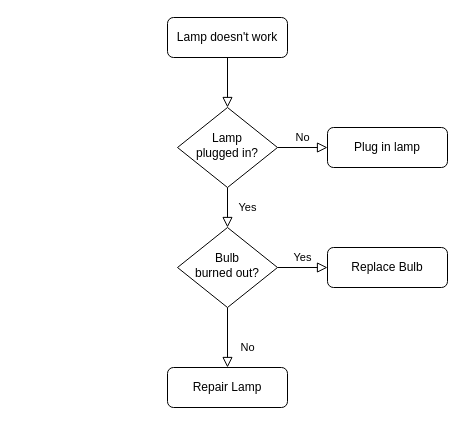
The draw.io diagram guess_the_number.drawio in johangenis/100-days-of-python, before the edit. Source tidied: cells renumbered, new cells numbered last; positions are measured from the earlier drawing's top-left corner, leaving out a move shared by most shapes. Both pictures are drawn from the tidied source at 100%, with x=0, y=0 at pixel (167, 17).
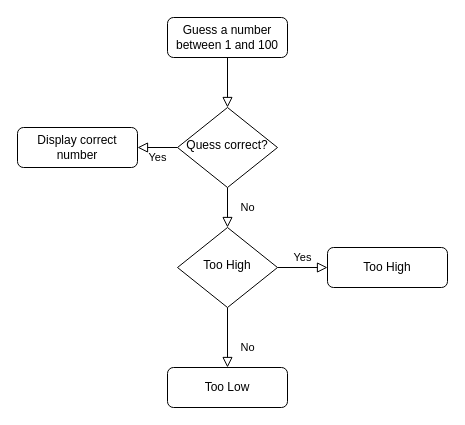
The same diagram, later.

What changed in the source:
```diff
@@
 <mxGraphModel>
   <root>
     <mxCell id="0" />
     <mxCell id="1" parent="0" />
     <mxCell id="2" style="rounded=0;html=1;jettySize=auto;fontSize=11;endArrow=block;endFill=0;endSize=8;strokeWidth=1;shadow=0;labelBackgroundColor=none;edgeStyle=orthogonalEdgeStyle;" parent="1" edge="1" source="3" target="6">
       <mxGeometry relative="1" as="geometry" />
     </mxCell>
-    <mxCell id="3" value="Lamp doesn't work" style="rounded=1;whiteSpace=wrap;html=1;fontSize=12;glass=0;strokeWidth=1;shadow=0;" parent="1" vertex="1">
+    <mxCell id="3" value="Guess a number between 1 and 100" style="rounded=1;whiteSpace=wrap;html=1;fontSize=12;glass=0;strokeWidth=1;shadow=0;" parent="1" vertex="1">
       <mxGeometry width="120" height="40" as="geometry" />
     </mxCell>
-    <mxCell id="4" value="Yes" style="rounded=0;html=1;jettySize=auto;fontSize=11;endArrow=block;endFill=0;endSize=8;strokeWidth=1;shadow=0;labelBackgroundColor=none;edgeStyle=orthogonalEdgeStyle;" parent="1" edge="1" source="6" target="10">
+    <mxCell id="4" value="No" style="rounded=0;html=1;jettySize=auto;fontSize=11;endArrow=block;endFill=0;endSize=8;strokeWidth=1;shadow=0;labelBackgroundColor=none;edgeStyle=orthogonalEdgeStyle;" parent="1" edge="1" source="6" target="10">
       <mxGeometry y="20" relative="1" as="geometry" />
     </mxCell>
-    <mxCell id="5" value="No" style="edgeStyle=orthogonalEdgeStyle;rounded=0;html=1;jettySize=auto;fontSize=11;endArrow=block;endFill=0;endSize=8;strokeWidth=1;shadow=0;labelBackgroundColor=none;" parent="1" edge="1" source="6" target="7">
+    <mxCell id="5" value="Yes" style="edgeStyle=orthogonalEdgeStyle;rounded=0;html=1;jettySize=auto;fontSize=11;endArrow=block;endFill=0;endSize=8;strokeWidth=1;shadow=0;labelBackgroundColor=none;" parent="1" edge="1" source="6" target="7">
       <mxGeometry y="10" relative="1" as="geometry" />
     </mxCell>
-    <mxCell id="6" value="Lamp&lt;br&gt;plugged in?" style="rhombus;whiteSpace=wrap;html=1;shadow=0;fontFamily=Helvetica;fontSize=12;align=center;strokeWidth=1;spacing=6;spacingTop=-4;" parent="1" vertex="1">
+    <mxCell id="6" value="Quess correct?" style="rhombus;whiteSpace=wrap;html=1;shadow=0;fontFamily=Helvetica;fontSize=12;align=center;strokeWidth=1;spacing=6;spacingTop=-4;" parent="1" vertex="1">
       <mxGeometry x="10" y="90" width="100" height="80" as="geometry" />
     </mxCell>
-    <mxCell id="7" value="Plug in lamp" style="rounded=1;whiteSpace=wrap;html=1;fontSize=12;glass=0;strokeWidth=1;shadow=0;" parent="1" vertex="1">
-      <mxGeometry x="160" y="110" width="120" height="40" as="geometry" />
+    <mxCell id="7" value="Display correct number" style="rounded=1;whiteSpace=wrap;html=1;fontSize=12;glass=0;strokeWidth=1;shadow=0;" parent="1" vertex="1">
+      <mxGeometry x="-150" y="110" width="120" height="40" as="geometry" />
     </mxCell>
     <mxCell id="8" value="No" style="rounded=0;html=1;jettySize=auto;fontSize=11;endArrow=block;endFill=0;endSize=8;strokeWidth=1;shadow=0;labelBackgroundColor=none;edgeStyle=orthogonalEdgeStyle;" parent="1" edge="1" source="10" target="11">
       <mxGeometry x="0.33" y="20" relative="1" as="geometry" />
     </mxCell>
     <mxCell id="9" value="Yes" style="edgeStyle=orthogonalEdgeStyle;rounded=0;html=1;jettySize=auto;fontSize=11;endArrow=block;endFill=0;endSize=8;strokeWidth=1;shadow=0;labelBackgroundColor=none;" parent="1" edge="1" source="10" target="12">
       <mxGeometry y="10" relative="1" as="geometry" />
     </mxCell>
-    <mxCell id="10" value="Bulb&lt;br&gt;burned out?" style="rhombus;whiteSpace=wrap;html=1;shadow=0;fontFamily=Helvetica;fontSize=12;align=center;strokeWidth=1;spacing=6;spacingTop=-4;" parent="1" vertex="1">
+    <mxCell id="10" value="Too High" style="rhombus;whiteSpace=wrap;html=1;shadow=0;fontFamily=Helvetica;fontSize=12;align=center;strokeWidth=1;spacing=6;spacingTop=-4;" parent="1" vertex="1">
       <mxGeometry x="10" y="210" width="100" height="80" as="geometry" />
     </mxCell>
-    <mxCell id="11" value="Repair Lamp" style="rounded=1;whiteSpace=wrap;html=1;fontSize=12;glass=0;strokeWidth=1;shadow=0;" parent="1" vertex="1">
+    <mxCell id="11" value="Too Low" style="rounded=1;whiteSpace=wrap;html=1;fontSize=12;glass=0;strokeWidth=1;shadow=0;" parent="1" vertex="1">
       <mxGeometry y="350" width="120" height="40" as="geometry" />
     </mxCell>
-    <mxCell id="12" value="Replace Bulb" style="rounded=1;whiteSpace=wrap;html=1;fontSize=12;glass=0;strokeWidth=1;shadow=0;" parent="1" vertex="1">
+    <mxCell id="12" value="Too High" style="rounded=1;whiteSpace=wrap;html=1;fontSize=12;glass=0;strokeWidth=1;shadow=0;" parent="1" vertex="1">
       <mxGeometry x="160" y="230" width="120" height="40" as="geometry" />
     </mxCell>
   </root>
 </mxGraphModel>
```
